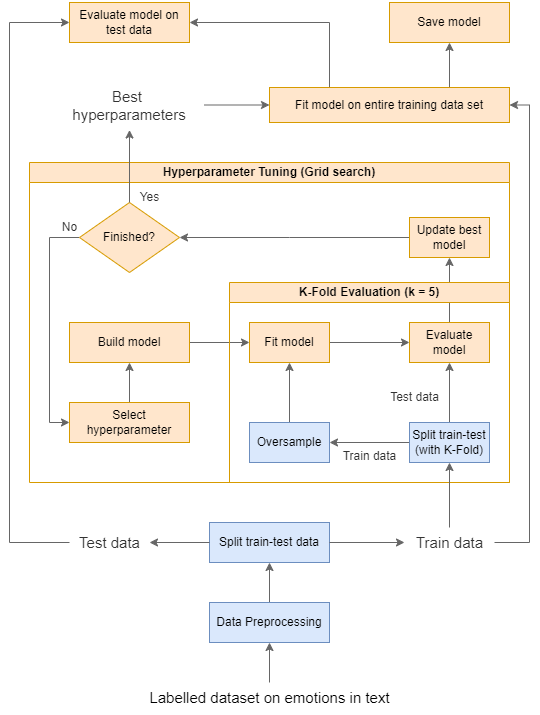
NamLe0609/intext-emotion-detector keeps this draw.io diagram as workflow_diagram.png. Above is the earlier version. Source tidied: cells renumbered, new cells last; positions are measured from the earlier drawing's top-left corner, leaving out a move shared by most shapes.
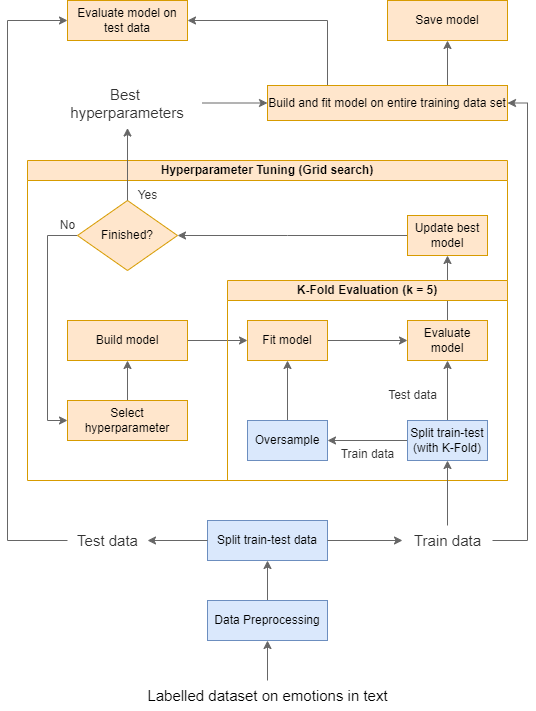
Above is the later version.

Change to the diagram source:
```diff
@@ -127,7 +127,7 @@
     <mxCell id="36" style="edgeStyle=orthogonalEdgeStyle;rounded=0;jettySize=auto;html=1;exitX=0.25;exitY=0;exitDx=0;exitDy=0;entryX=1;entryY=0.5;entryDx=0;entryDy=0;labelBackgroundColor=none;fontColor=#000000;fillColor=#f5f5f5;strokeColor=#666666;" parent="1" edge="1" source="37" target="44">
       <mxGeometry relative="1" as="geometry" />
     </mxCell>
-    <mxCell id="37" value="Fit model on entire training data set" style="rounded=0;whiteSpace=wrap;html=1;labelBackgroundColor=none;fillColor=#ffe6cc;strokeColor=#d79b00;fontColor=#000000;" parent="1" vertex="1">
+    <mxCell id="37" value="Build and fit model on entire training data set" style="rounded=0;whiteSpace=wrap;html=1;labelBackgroundColor=none;fillColor=#ffe6cc;strokeColor=#d79b00;fontColor=#000000;" parent="1" vertex="1">
       <mxGeometry x="260" y="85" width="240" height="35" as="geometry" />
     </mxCell>
     <mxCell id="38" style="edgeStyle=orthogonalEdgeStyle;rounded=0;jettySize=auto;html=1;labelBackgroundColor=none;fontColor=#000000;fillColor=#f5f5f5;strokeColor=#666666;" parent="1" edge="1" source="30" target="39">
```
